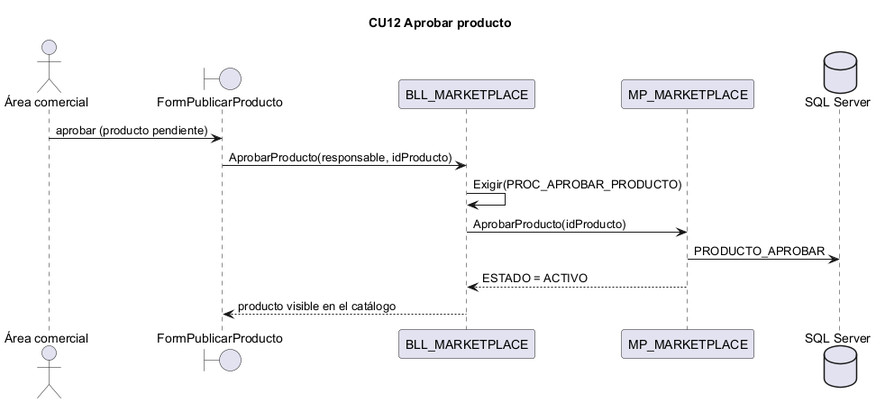
L-Muniz/uai-diploma_2026 keeps this PlantUML diagram as docs/diagramas/secuencias_png/CU12.png. Above is the earlier version.
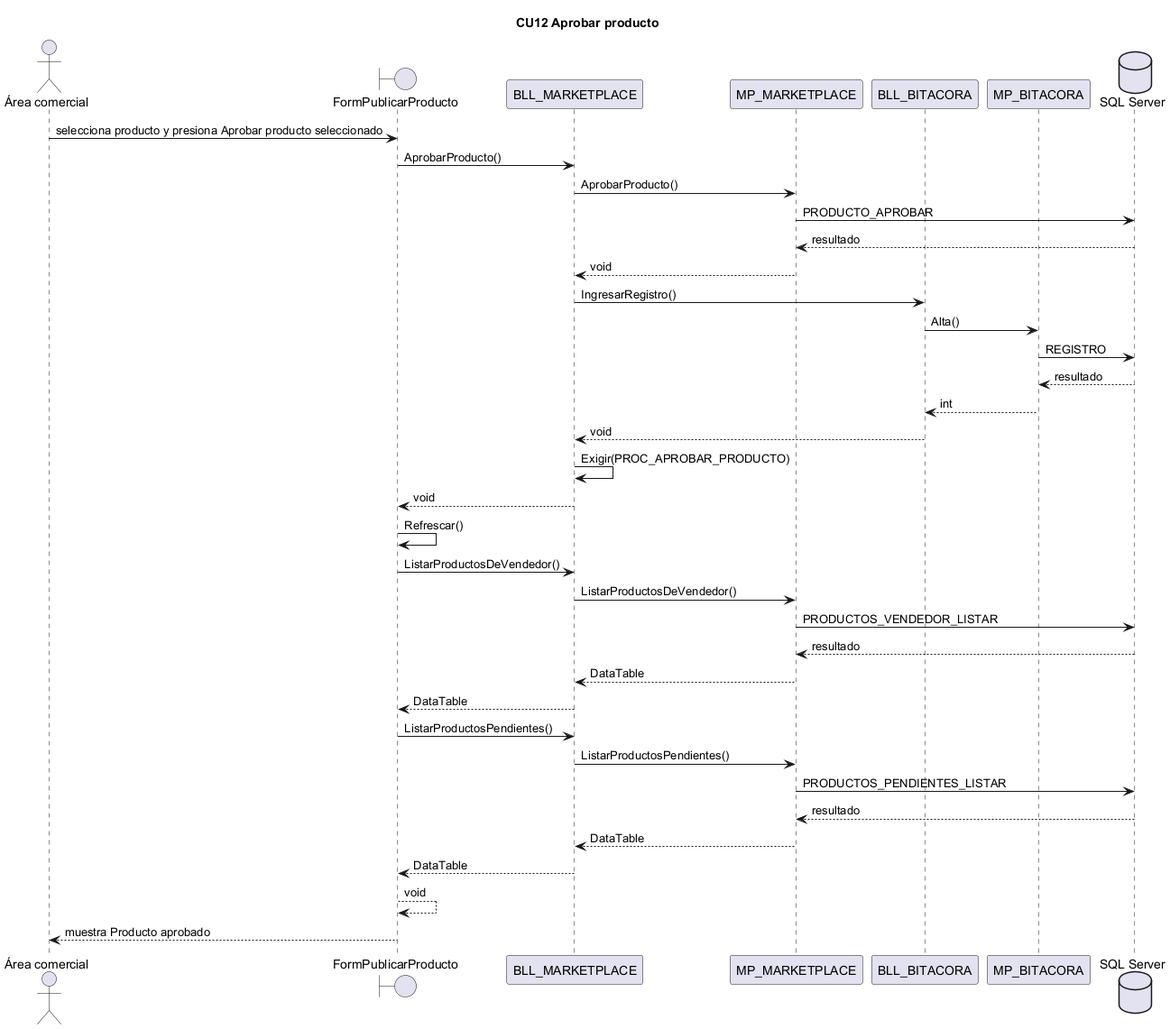
After the commit.

Change to the diagram source:
```diff
@@ -1,15 +1,39 @@
 @startuml CU12
 title CU12 Aprobar producto
-actor "Área comercial" as Area
-boundary "FormPublicarProducto" as IU
-participant "BLL_MARKETPLACE" as BLL
-participant "MP_MARKETPLACE" as DAL
+actor "Área comercial" as ACT
+boundary FormPublicarProducto
+participant BLL_MARKETPLACE
+participant MP_MARKETPLACE
+participant BLL_BITACORA
+participant MP_BITACORA
 database "SQL Server" as BD
-Area -> IU : aprobar (producto pendiente)
-IU -> BLL : AprobarProducto(responsable, idProducto)
-BLL -> BLL : Exigir(PROC_APROBAR_PRODUCTO)
-BLL -> DAL : AprobarProducto(idProducto)
-DAL -> BD : PRODUCTO_APROBAR
-DAL --> BLL : ESTADO = ACTIVO
-BLL --> IU : producto visible en el catálogo
+ACT -> FormPublicarProducto : selecciona producto y presiona Aprobar producto seleccionado
+FormPublicarProducto -> BLL_MARKETPLACE : AprobarProducto()
+BLL_MARKETPLACE -> MP_MARKETPLACE : AprobarProducto()
+MP_MARKETPLACE -> BD : PRODUCTO_APROBAR
+BD --> MP_MARKETPLACE : resultado
+MP_MARKETPLACE --> BLL_MARKETPLACE : void
+BLL_MARKETPLACE -> BLL_BITACORA : IngresarRegistro()
+BLL_BITACORA -> MP_BITACORA : Alta()
+MP_BITACORA -> BD : REGISTRO
+BD --> MP_BITACORA : resultado
+MP_BITACORA --> BLL_BITACORA : int
+BLL_BITACORA --> BLL_MARKETPLACE : void
+BLL_MARKETPLACE -> BLL_MARKETPLACE : Exigir(PROC_APROBAR_PRODUCTO)
+BLL_MARKETPLACE --> FormPublicarProducto : void
+FormPublicarProducto -> FormPublicarProducto : Refrescar()
+FormPublicarProducto -> BLL_MARKETPLACE : ListarProductosDeVendedor()
+BLL_MARKETPLACE -> MP_MARKETPLACE : ListarProductosDeVendedor()
+MP_MARKETPLACE -> BD : PRODUCTOS_VENDEDOR_LISTAR
+BD --> MP_MARKETPLACE : resultado
+MP_MARKETPLACE --> BLL_MARKETPLACE : DataTable
+BLL_MARKETPLACE --> FormPublicarProducto : DataTable
+FormPublicarProducto -> BLL_MARKETPLACE : ListarProductosPendientes()
+BLL_MARKETPLACE -> MP_MARKETPLACE : ListarProductosPendientes()
+MP_MARKETPLACE -> BD : PRODUCTOS_PENDIENTES_LISTAR
+BD --> MP_MARKETPLACE : resultado
+MP_MARKETPLACE --> BLL_MARKETPLACE : DataTable
+BLL_MARKETPLACE --> FormPublicarProducto : DataTable
+FormPublicarProducto --> FormPublicarProducto : void
+FormPublicarProducto --> ACT : muestra Producto aprobado
 @enduml
```
